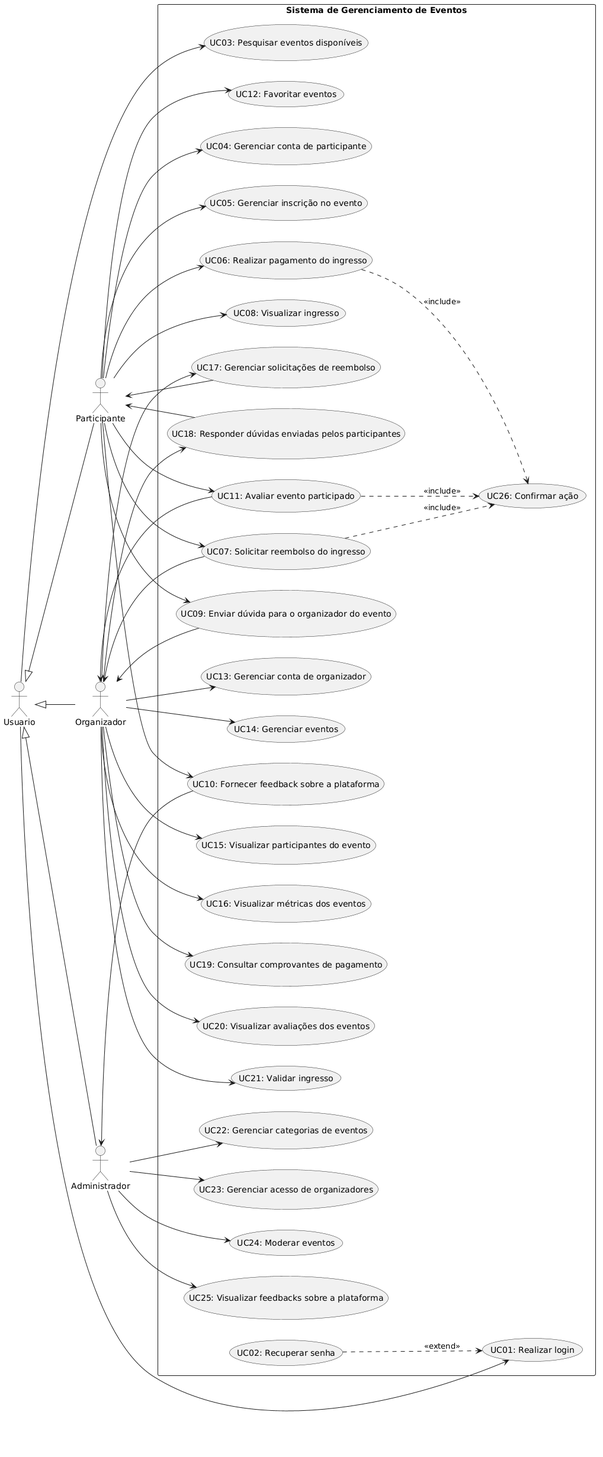
arturbomtempo-learning/software-project-final-work keeps this PlantUML diagram as images/use-case-diagram/use-case-diagram.png. Above is the earlier version.
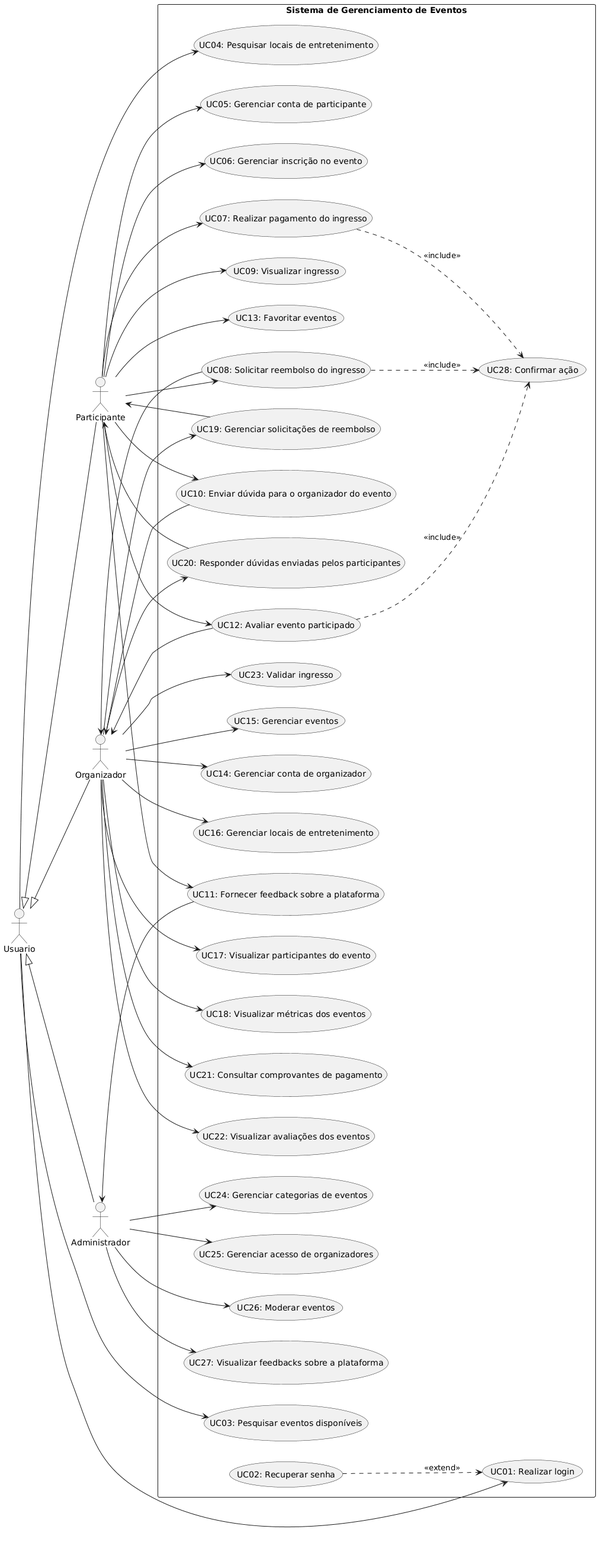
Later version of the same file.

Commit message:
docs: update use case diagram

The edit, as a diff of the source:
```diff
@@ -16,37 +16,40 @@
     usecase "UC01: Realizar login" as UC_Login
     usecase "UC02: Recuperar senha" as UC_ResetPassword
     usecase "UC03: Pesquisar eventos disponíveis" as UC_SearchEvents
+    usecase "UC04: Pesquisar locais de entretenimento" as UC_SearchLocations
 
-    usecase "UC04: Gerenciar conta de participante" as UC_ManageParticipant
-    usecase "UC05: Gerenciar inscrição no evento" as UC_ManageReservation
-    usecase "UC06: Realizar pagamento do ingresso" as UC_MakePayment
-    usecase "UC07: Solicitar reembolso do ingresso" as UC_RequestRefund
-    usecase "UC08: Visualizar ingresso" as UC_ViewTicket
-    usecase "UC09: Enviar dúvida para o organizador do evento" as UC_SubmitQuestion
-    usecase "UC10: Fornecer feedback sobre a plataforma" as UC_SubmitFeedback
-    usecase "UC11: Avaliar evento participado" as UC_RateEvent
-    usecase "UC12: Favoritar eventos" as UC_BookmarkEvent
+    usecase "UC05: Gerenciar conta de participante" as UC_ManageParticipant
+    usecase "UC06: Gerenciar inscrição no evento" as UC_ManageReservation
+    usecase "UC07: Realizar pagamento do ingresso" as UC_MakePayment
+    usecase "UC08: Solicitar reembolso do ingresso" as UC_RequestRefund
+    usecase "UC09: Visualizar ingresso" as UC_ViewTicket
+    usecase "UC10: Enviar dúvida para o organizador do evento" as UC_SubmitQuestion
+    usecase "UC11: Fornecer feedback sobre a plataforma" as UC_SubmitFeedback
+    usecase "UC12: Avaliar evento participado" as UC_RateEvent
+    usecase "UC13: Favoritar eventos" as UC_BookmarkEvent
 
-    usecase "UC13: Gerenciar conta de organizador" as UC_ManageOrganizer
-    usecase "UC14: Gerenciar eventos" as UC_ManageEvents
-    usecase "UC15: Visualizar participantes do evento" as UC_ViewParticipants
-    usecase "UC16: Visualizar métricas dos eventos" as UC_ViewMetrics
-    usecase "UC17: Gerenciar solicitações de reembolso" as UC_ManageRefund
-    usecase "UC18: Responder dúvidas enviadas pelos participantes" as UC_AnswerQuestions
-    usecase "UC19: Consultar comprovantes de pagamento" as UC_SearchReceipts
-    usecase "UC20: Visualizar avaliações dos eventos" as UC_ViewReviews
-    usecase "UC21: Validar ingresso" as UC_ValidateTicket
+    usecase "UC14: Gerenciar conta de organizador" as UC_ManageOrganizer
+    usecase "UC15: Gerenciar eventos" as UC_ManageEvents
+    usecase "UC16: Gerenciar locais de entretenimento" as UC_ManageLocation
+    usecase "UC17: Visualizar participantes do evento" as UC_ViewParticipants
+    usecase "UC18: Visualizar métricas dos eventos" as UC_ViewMetrics
+    usecase "UC19: Gerenciar solicitações de reembolso" as UC_ManageRefund
+    usecase "UC20: Responder dúvidas enviadas pelos participantes" as UC_AnswerQuestions
+    usecase "UC21: Consultar comprovantes de pagamento" as UC_SearchReceipts
+    usecase "UC22: Visualizar avaliações dos eventos" as UC_ViewReviews
+    usecase "UC23: Validar ingresso" as UC_ValidateTicket
 
-    usecase "UC22: Gerenciar categorias de eventos" as UC_ManageCategories
-    usecase "UC23: Gerenciar acesso de organizadores" as UC_ManageAccess
-    usecase "UC24: Moderar eventos" as UC_ModerateEvents
-    usecase "UC25: Visualizar feedbacks sobre a plataforma" as UC_ViewFeedbacks
+    usecase "UC24: Gerenciar categorias de eventos" as UC_ManageCategories
+    usecase "UC25: Gerenciar acesso de organizadores" as UC_ManageAccess
+    usecase "UC26: Moderar eventos" as UC_ModerateEvents
+    usecase "UC27: Visualizar feedbacks sobre a plataforma" as UC_ViewFeedbacks
 
-    usecase "UC26: Confirmar ação" as UC_ConfirmAction
+    usecase "UC28: Confirmar ação" as UC_ConfirmAction
 }
 
 User --> UC_Login
 User --> UC_SearchEvents
+User --> UC_SearchLocations
 
 Part --> UC_ManageParticipant
 Part --> UC_ManageReservation
@@ -69,6 +72,7 @@
 
 Org --> UC_ManageOrganizer
 Org --> UC_ManageEvents
+Org --> UC_ManageLocation
 Org --> UC_ViewParticipants
 Org --> UC_ViewMetrics
 
```
